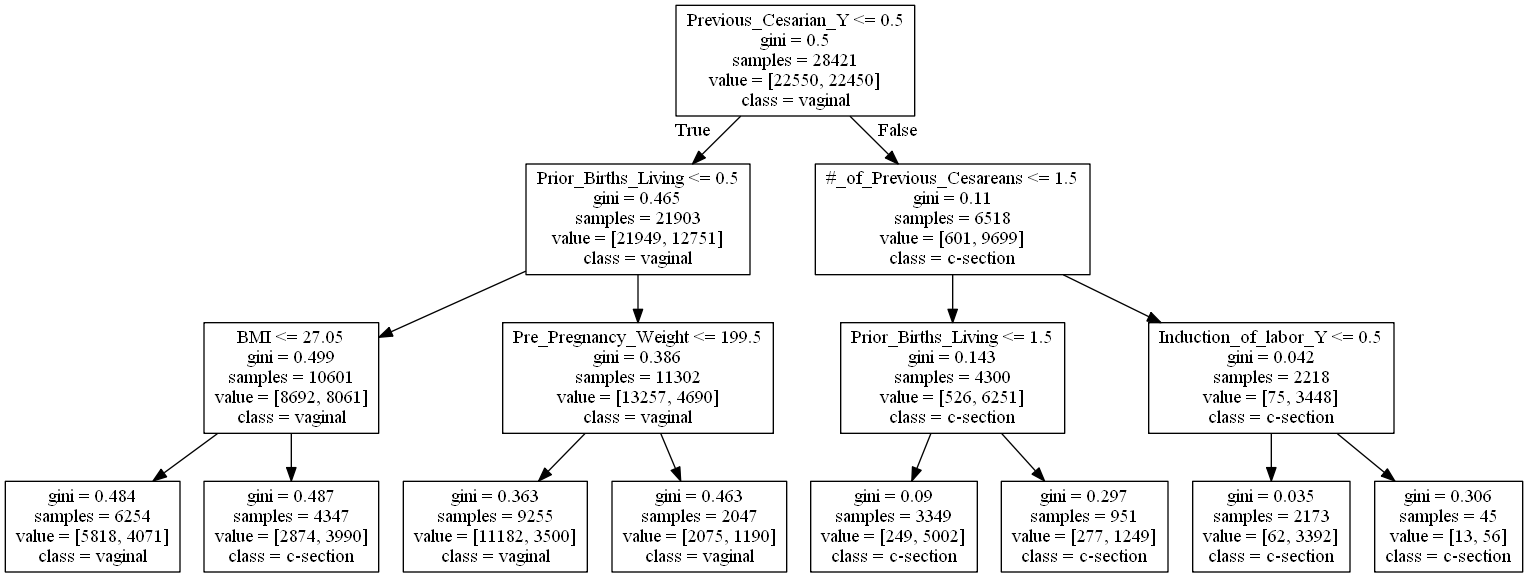
Above: small_tree.png in OnomeHunt/Project3 (Graphviz), before the change. Its source is kept beside it as small_tree.dot.
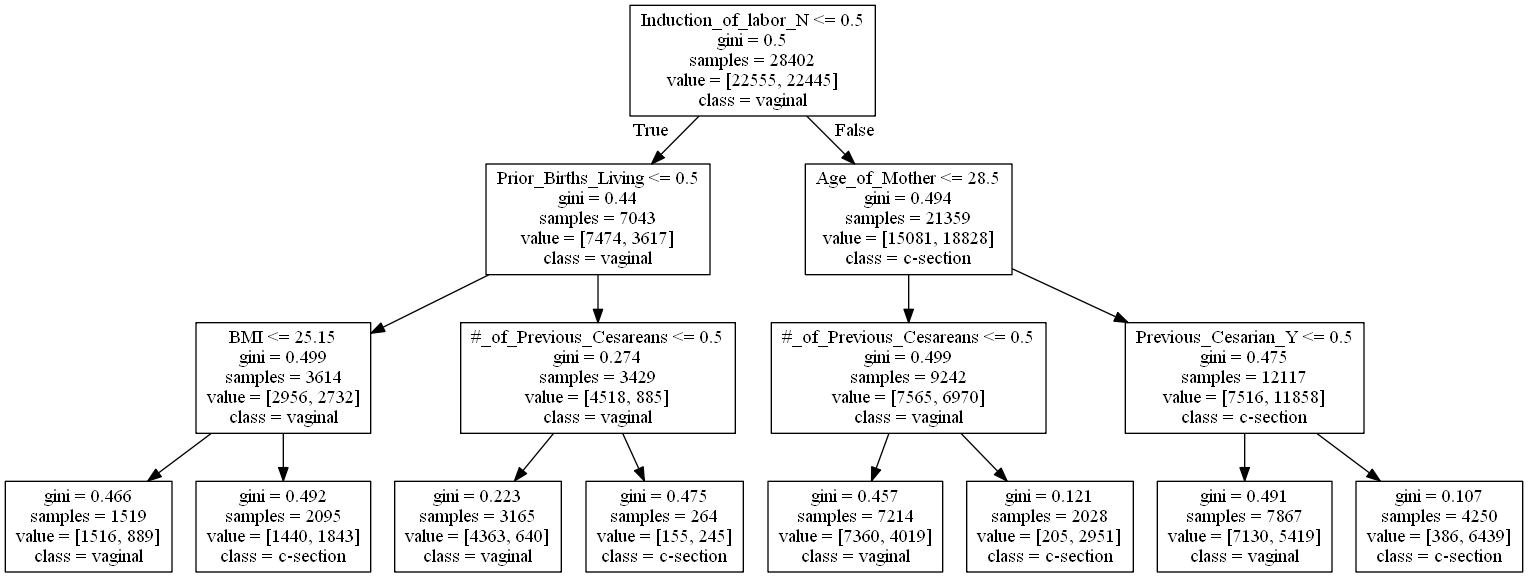
The same diagram one commit later.

Diff of the diagram source:
```diff
@@ -1,32 +1,32 @@
 digraph Tree {
 node [shape=box] ;
-0 [label="Previous_Cesarian_Y <= 0.5\ngini = 0.5\nsamples = 28421\nvalue = [22550, 22450]\nclass = vaginal"] ;
-1 [label="Prior_Births_Living <= 0.5\ngini = 0.465\nsamples = 21903\nvalue = [21949, 12751]\nclass = vaginal"] ;
+0 [label="Induction_of_labor_N <= 0.5\ngini = 0.5\nsamples = 28402\nvalue = [22555, 22445]\nclass = vaginal"] ;
+1 [label="Prior_Births_Living <= 0.5\ngini = 0.44\nsamples = 7043\nvalue = [7474, 3617]\nclass = vaginal"] ;
 0 -> 1 [labeldistance=2.5, labelangle=45, headlabel="True"] ;
-2 [label="BMI <= 27.05\ngini = 0.499\nsamples = 10601\nvalue = [8692, 8061]\nclass = vaginal"] ;
+2 [label="BMI <= 25.15\ngini = 0.499\nsamples = 3614\nvalue = [2956, 2732]\nclass = vaginal"] ;
 1 -> 2 ;
-3 [label="gini = 0.484\nsamples = 6254\nvalue = [5818, 4071]\nclass = vaginal"] ;
+3 [label="gini = 0.466\nsamples = 1519\nvalue = [1516, 889]\nclass = vaginal"] ;
 2 -> 3 ;
-4 [label="gini = 0.487\nsamples = 4347\nvalue = [2874, 3990]\nclass = c-section"] ;
+4 [label="gini = 0.492\nsamples = 2095\nvalue = [1440, 1843]\nclass = c-section"] ;
 2 -> 4 ;
-5 [label="Pre_Pregnancy_Weight <= 199.5\ngini = 0.386\nsamples = 11302\nvalue = [13257, 4690]\nclass = vaginal"] ;
+5 [label="#_of_Previous_Cesareans <= 0.5\ngini = 0.274\nsamples = 3429\nvalue = [4518, 885]\nclass = vaginal"] ;
 1 -> 5 ;
-6 [label="gini = 0.363\nsamples = 9255\nvalue = [11182, 3500]\nclass = vaginal"] ;
+6 [label="gini = 0.223\nsamples = 3165\nvalue = [4363, 640]\nclass = vaginal"] ;
 5 -> 6 ;
-7 [label="gini = 0.463\nsamples = 2047\nvalue = [2075, 1190]\nclass = vaginal"] ;
+7 [label="gini = 0.475\nsamples = 264\nvalue = [155, 245]\nclass = c-section"] ;
 5 -> 7 ;
-8 [label="#_of_Previous_Cesareans <= 1.5\ngini = 0.11\nsamples = 6518\nvalue = [601, 9699]\nclass = c-section"] ;
+8 [label="Age_of_Mother <= 28.5\ngini = 0.494\nsamples = 21359\nvalue = [15081, 18828]\nclass = c-section"] ;
 0 -> 8 [labeldistance=2.5, labelangle=-45, headlabel="False"] ;
-9 [label="Prior_Births_Living <= 1.5\ngini = 0.143\nsamples = 4300\nvalue = [526, 6251]\nclass = c-section"] ;
+9 [label="#_of_Previous_Cesareans <= 0.5\ngini = 0.499\nsamples = 9242\nvalue = [7565, 6970]\nclass = vaginal"] ;
 8 -> 9 ;
-10 [label="gini = 0.09\nsamples = 3349\nvalue = [249, 5002]\nclass = c-section"] ;
+10 [label="gini = 0.457\nsamples = 7214\nvalue = [7360, 4019]\nclass = vaginal"] ;
 9 -> 10 ;
-11 [label="gini = 0.297\nsamples = 951\nvalue = [277, 1249]\nclass = c-section"] ;
+11 [label="gini = 0.121\nsamples = 2028\nvalue = [205, 2951]\nclass = c-section"] ;
 9 -> 11 ;
-12 [label="Induction_of_labor_Y <= 0.5\ngini = 0.042\nsamples = 2218\nvalue = [75, 3448]\nclass = c-section"] ;
+12 [label="Previous_Cesarian_Y <= 0.5\ngini = 0.475\nsamples = 12117\nvalue = [7516, 11858]\nclass = c-section"] ;
 8 -> 12 ;
-13 [label="gini = 0.035\nsamples = 2173\nvalue = [62, 3392]\nclass = c-section"] ;
+13 [label="gini = 0.491\nsamples = 7867\nvalue = [7130, 5419]\nclass = vaginal"] ;
 12 -> 13 ;
-14 [label="gini = 0.306\nsamples = 45\nvalue = [13, 56]\nclass = c-section"] ;
+14 [label="gini = 0.107\nsamples = 4250\nvalue = [386, 6439]\nclass = c-section"] ;
 12 -> 14 ;
 }
```
